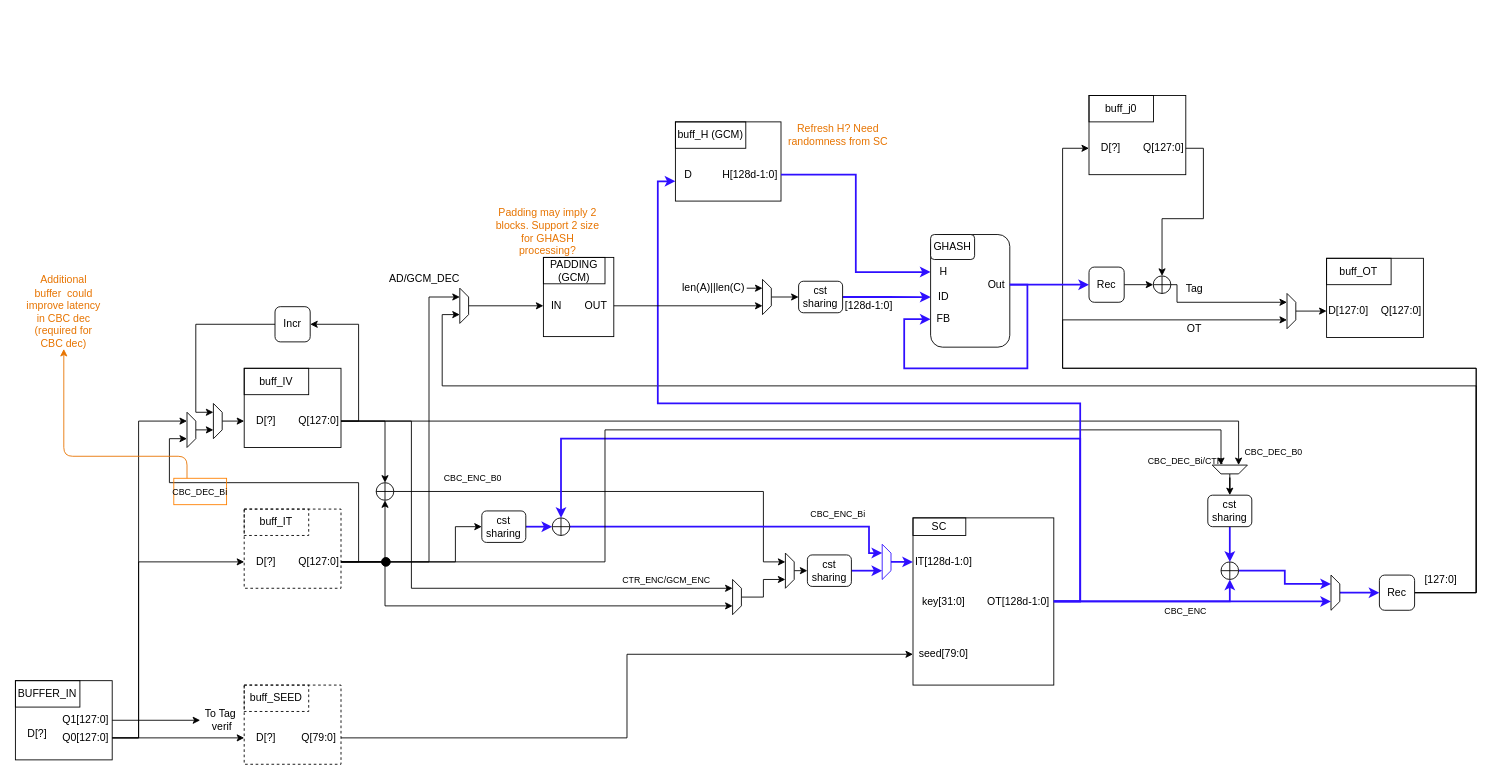
Before: page "Page-2" (2 of 2) of dev/smaesh-mode-arch.drawio in simple-crypto/SMAesH, a draw.io diagram. Source tidied: cells renumbered, new cells numbered last; positions are measured from the earlier drawing's top-left corner, leaving out a move shared by most shapes. Both pictures are drawn from the tidied source at 88%, with x=0, y=0 at pixel (15, 95).
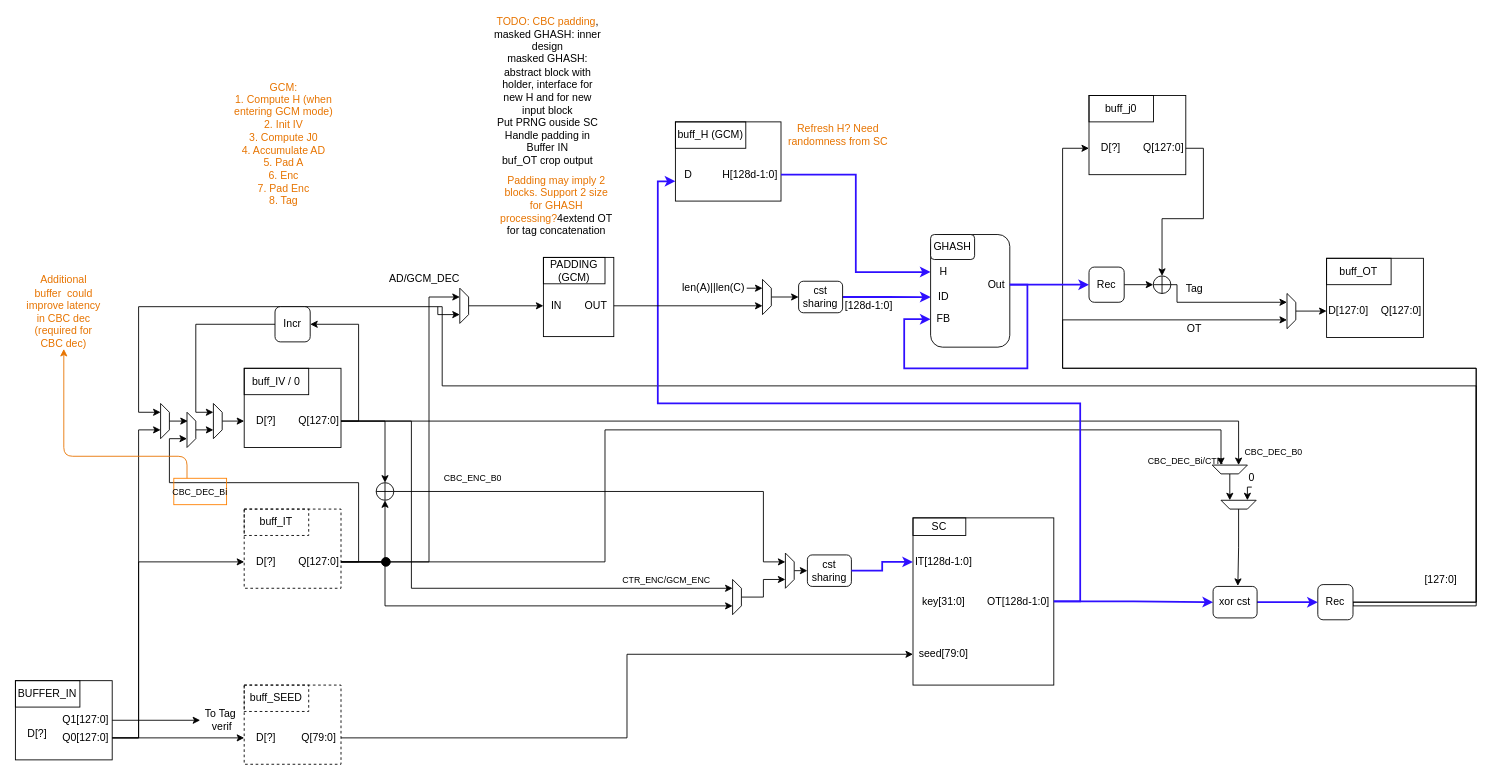
After the change.

Unchanged cells that the change refers to:
```xml
<mxCell id="6" value="IT[128d-1:0]" style="text;html=1;align=center;verticalAlign=middle;whiteSpace=wrap;rounded=0;" parent="2" vertex="1">
  <mxGeometry y="35" width="70" height="30" as="geometry" />
</mxCell>
<mxCell id="7" value="OT[128d-1:0]" style="text;html=1;align=center;verticalAlign=middle;whiteSpace=wrap;rounded=0;" parent="2" vertex="1">
  <mxGeometry x="80" y="80" width="80" height="30" as="geometry" />
</mxCell>
<mxCell id="9" style="group;" parent="1" vertex="1">
  <mxGeometry x="260" y="310" width="110" height="90" as="geometry" />
</mxCell>
<mxCell id="22" value="Q[127:0]" style="text;html=1;align=center;verticalAlign=middle;whiteSpace=wrap;rounded=0;" parent="19" vertex="1">
  <mxGeometry x="60" y="45" width="50" height="30" as="geometry" />
</mxCell>
<mxCell id="46" style="shape=trapezoid;perimeter=trapezoidPerimeter;whiteSpace=wrap;html=1;fixedSize=1;rotation=-180;size=10;" parent="1" vertex="1">
  <mxGeometry x="1360" y="420" width="40" height="10" as="geometry" />
</mxCell>
<mxCell id="88" style="shape=trapezoid;perimeter=trapezoidPerimeter;whiteSpace=wrap;html=1;fixedSize=1;rotation=90;size=10;" parent="1" vertex="1">
  <mxGeometry x="490" y="234" width="40" height="10" as="geometry" />
</mxCell>
<mxCell id="102" value="D[?]" style="text;html=1;align=center;verticalAlign=middle;whiteSpace=wrap;rounded=0;" parent="98" vertex="1">
  <mxGeometry y="45" width="50" height="30" as="geometry" />
</mxCell>
<mxCell id="104" style="shape=trapezoid;perimeter=trapezoidPerimeter;whiteSpace=wrap;html=1;fixedSize=1;rotation=90;size=10;" parent="1" vertex="1">
  <mxGeometry x="1430" y="240" width="40" height="10" as="geometry" />
</mxCell>
<mxCell id="116" value="Q0[127:0]" style="text;html=1;align=center;verticalAlign=middle;whiteSpace=wrap;rounded=0;" parent="111" vertex="1">
  <mxGeometry x="50" y="50" width="60" height="30" as="geometry" />
</mxCell>
<mxCell id="128" value="&lt;div&gt;cst&lt;/div&gt;&lt;div&gt;sharing&lt;/div&gt;" style="rounded=1;whiteSpace=wrap;html=1;" parent="1" vertex="1">
  <mxGeometry x="900" y="522.1" width="50" height="35.8" as="geometry" />
</mxCell>
<mxCell id="140" style="shape=trapezoid;perimeter=trapezoidPerimeter;whiteSpace=wrap;html=1;fixedSize=1;rotation=90;size=10;" parent="1" vertex="1">
  <mxGeometry x="180" y="375" width="40" height="10" as="geometry" />
</mxCell>
```

Change to the diagram source:
```diff
@@
-    <mxCell id="11" value="buff_IV" style="text;html=1;align=center;verticalAlign=middle;whiteSpace=wrap;rounded=0;strokeColor=default;" parent="9" vertex="1">
+    <mxCell id="11" value="&lt;div&gt;buff_IV / 0&lt;/div&gt;" style="text;html=1;align=center;verticalAlign=middle;whiteSpace=wrap;rounded=0;strokeColor=default;" parent="9" vertex="1">
       <mxGeometry width="73.3" height="30" as="geometry" />
     </mxCell>
@@
     <mxCell id="29" style="edgeStyle=orthogonalEdgeStyle;rounded=0;jettySize=auto;html=1;exitX=1;exitY=0.5;exitDx=0;exitDy=0;entryX=0;entryY=0.5;entryDx=0;entryDy=0;" parent="1" edge="1" source="32" target="102">
       <mxGeometry relative="1" as="geometry">
         <Array as="points">
-          <mxPoint x="1660" y="565" />
+          <mxPoint x="1520" y="580" />
+          <mxPoint x="1660" y="580" />
           <mxPoint x="1660" y="310" />
           <mxPoint x="1190" y="310" />
           <mxPoint x="1190" y="60" />
         </Array>
       </mxGeometry>
     </mxCell>
     <mxCell id="30" style="edgeStyle=orthogonalEdgeStyle;rounded=0;jettySize=auto;html=1;exitX=1;exitY=0.5;exitDx=0;exitDy=0;entryX=0.75;entryY=1;entryDx=0;entryDy=0;" parent="1" edge="1" source="32" target="104">
       <mxGeometry relative="1" as="geometry">
         <Array as="points">
-          <mxPoint x="1660" y="565" />
+          <mxPoint x="1660" y="576" />
           <mxPoint x="1660" y="310" />
           <mxPoint x="1190" y="310" />
           <mxPoint x="1190" y="255" />
         </Array>
       </mxGeometry>
     </mxCell>
-    <mxCell id="31" style="edgeStyle=orthogonalEdgeStyle;rounded=0;jettySize=auto;html=1;exitX=1;exitY=0.5;exitDx=0;exitDy=0;entryX=0.75;entryY=1;entryDx=0;entryDy=0;" parent="1" edge="1" source="32" target="88">
+    <mxCell id="31" style="edgeStyle=orthogonalEdgeStyle;rounded=0;jettySize=auto;html=1;exitX=1;exitY=0.5;exitDx=0;exitDy=0;entryX=0.25;entryY=1;entryDx=0;entryDy=0;" parent="1" edge="1" source="32" target="146">
       <mxGeometry relative="1" as="geometry">
         <Array as="points">
-          <mxPoint x="1660" y="565" />
+          <mxPoint x="1660" y="576" />
           <mxPoint x="1660" y="330" />
           <mxPoint x="485" y="330" />
-          <mxPoint x="485" y="249" />
+          <mxPoint x="485" y="240" />
+          <mxPoint x="140" y="240" />
+          <mxPoint x="140" y="360" />
         </Array>
       </mxGeometry>
     </mxCell>
     <mxCell id="32" value="Rec" style="rounded=1;whiteSpace=wrap;html=1;" parent="1" vertex="1">
-      <mxGeometry x="1550" y="545" width="40" height="40" as="geometry" />
+      <mxGeometry x="1480" y="555.8" width="40" height="40" as="geometry" />
     </mxCell>
@@
-    <mxCell id="38" style="edgeStyle=orthogonalEdgeStyle;rounded=0;jettySize=auto;html=1;exitX=1;exitY=0.5;exitDx=0;exitDy=0;entryX=0.25;entryY=1;entryDx=0;entryDy=0;strokeColor=#2F0FFF;strokeWidth=2;" parent="1" edge="1" source="39" target="136">
-      <mxGeometry relative="1" as="geometry">
-        <Array as="points">
-          <mxPoint x="970" y="490" />
-          <mxPoint x="970" y="520" />
-        </Array>
-      </mxGeometry>
-    </mxCell>
-    <mxCell id="39" style="shape=orEllipse;perimeter=ellipsePerimeter;whiteSpace=wrap;html=1;backgroundOutline=1;" parent="1" vertex="1">
-      <mxGeometry x="610" y="480" width="20" height="20" as="geometry" />
-    </mxCell>
-    <mxCell id="40" style="edgeStyle=orthogonalEdgeStyle;rounded=0;jettySize=auto;html=1;exitX=1;exitY=0.5;exitDx=0;exitDy=0;entryX=0.5;entryY=0;entryDx=0;entryDy=0;strokeColor=#2F0FFF;strokeWidth=2;" parent="1" edge="1" source="7" target="39">
-      <mxGeometry relative="1" as="geometry">
-        <Array as="points">
-          <mxPoint x="1210" y="575" />
-          <mxPoint x="1210" y="390" />
-          <mxPoint x="620" y="390" />
-        </Array>
-      </mxGeometry>
-    </mxCell>
-    <mxCell id="41" value="&lt;font style=&quot;font-size: 10px;&quot;&gt;CBC_ENC_Bi&lt;/font&gt;" style="text;html=1;align=center;verticalAlign=middle;whiteSpace=wrap;rounded=0;" parent="1" vertex="1">
-      <mxGeometry x="885" y="460" width="100" height="30" as="geometry" />
-    </mxCell>
-    <mxCell id="42" style="edgeStyle=orthogonalEdgeStyle;rounded=0;jettySize=auto;html=1;exitX=1;exitY=0.5;exitDx=0;exitDy=0;entryX=0.25;entryY=1;entryDx=0;entryDy=0;strokeColor=#2F0FFF;strokeWidth=2;" parent="1" edge="1" source="43" target="65">
-      <mxGeometry relative="1" as="geometry" />
-    </mxCell>
-    <mxCell id="43" style="shape=orEllipse;perimeter=ellipsePerimeter;whiteSpace=wrap;html=1;backgroundOutline=1;" parent="1" vertex="1">
-      <mxGeometry x="1370" y="530" width="20" height="20" as="geometry" />
-    </mxCell>
-    <mxCell id="44" style="edgeStyle=orthogonalEdgeStyle;rounded=0;jettySize=auto;html=1;exitX=1;exitY=0.5;exitDx=0;exitDy=0;entryX=0.5;entryY=1;entryDx=0;entryDy=0;strokeColor=#2F0FFF;strokeWidth=2;" parent="1" edge="1" source="7" target="43">
-      <mxGeometry relative="1" as="geometry" />
-    </mxCell>
-    <mxCell id="45" style="edgeStyle=orthogonalEdgeStyle;rounded=0;jettySize=auto;html=1;exitX=0.5;exitY=0;exitDx=0;exitDy=0;" parent="1" edge="1" source="46" target="138">
+    <mxCell id="45" style="edgeStyle=orthogonalEdgeStyle;rounded=0;jettySize=auto;html=1;exitX=0.5;exitY=0;exitDx=0;exitDy=0;entryX=0.75;entryY=1;entryDx=0;entryDy=0;" parent="1" edge="1" source="46" target="65">
       <mxGeometry relative="1" as="geometry" />
     </mxCell>
@@
-    <mxCell id="64" style="edgeStyle=orthogonalEdgeStyle;rounded=0;jettySize=auto;html=1;exitX=0.5;exitY=0;exitDx=0;exitDy=0;entryX=0;entryY=0.5;entryDx=0;entryDy=0;strokeColor=#2F0FFF;strokeWidth=2;" parent="1" edge="1" source="65" target="32">
+    <mxCell id="64" style="edgeStyle=orthogonalEdgeStyle;rounded=0;jettySize=auto;html=1;exitX=1;exitY=0.5;exitDx=0;exitDy=0;entryX=0;entryY=0.5;entryDx=0;entryDy=0;strokeColor=#2F0FFF;strokeWidth=2;" parent="1" edge="1" source="148" target="32">
       <mxGeometry relative="1" as="geometry" />
     </mxCell>
-    <mxCell id="65" style="shape=trapezoid;perimeter=trapezoidPerimeter;whiteSpace=wrap;html=1;fixedSize=1;rotation=90;size=10;" parent="1" vertex="1">
-      <mxGeometry x="1480" y="560" width="40" height="10" as="geometry" />
+    <mxCell id="65" style="shape=trapezoid;perimeter=trapezoidPerimeter;whiteSpace=wrap;html=1;fixedSize=1;rotation=-180;size=10;" parent="1" vertex="1">
+      <mxGeometry x="1370" y="460" width="40" height="10" as="geometry" />
     </mxCell>
-    <mxCell id="66" style="edgeStyle=orthogonalEdgeStyle;rounded=0;jettySize=auto;html=1;exitX=1;exitY=0.5;exitDx=0;exitDy=0;entryX=0.75;entryY=1;entryDx=0;entryDy=0;strokeColor=#2F0FFF;strokeWidth=2;" parent="1" edge="1" source="7" target="65">
+    <mxCell id="66" style="edgeStyle=orthogonalEdgeStyle;rounded=0;jettySize=auto;html=1;exitX=1;exitY=0.5;exitDx=0;exitDy=0;entryX=0;entryY=0.5;entryDx=0;entryDy=0;strokeColor=#2F0FFF;strokeWidth=2;" parent="1" edge="1" source="7" target="148">
       <mxGeometry relative="1" as="geometry" />
     </mxCell>
-    <mxCell id="67" value="&lt;font style=&quot;font-size: 10px;&quot;&gt;CBC_ENC&lt;/font&gt;" style="text;html=1;align=center;verticalAlign=middle;whiteSpace=wrap;rounded=0;" parent="1" vertex="1">
-      <mxGeometry x="1300" y="571" width="60" height="30" as="geometry" />
-    </mxCell>
@@
+    <mxCell id="145" style="edgeStyle=orthogonalEdgeStyle;rounded=0;jettySize=auto;html=1;exitX=0.75;exitY=1;exitDx=0;exitDy=0;endArrow=none;endFill=0;startArrow=classic;startFill=1;" parent="1" edge="1" source="88">
+      <mxGeometry relative="1" as="geometry">
+        <mxPoint x="480" y="240" as="targetPoint" />
+        <Array as="points">
+          <mxPoint x="480" y="249" />
+        </Array>
+      </mxGeometry>
+    </mxCell>
@@
-    <mxCell id="121" style="edgeStyle=orthogonalEdgeStyle;rounded=0;jettySize=auto;html=1;exitX=1;exitY=0.5;exitDx=0;exitDy=0;entryX=0.25;entryY=1;entryDx=0;entryDy=0;" parent="1" edge="1" source="116" target="140">
+    <mxCell id="121" style="edgeStyle=orthogonalEdgeStyle;rounded=0;jettySize=auto;html=1;exitX=1;exitY=0.5;exitDx=0;exitDy=0;entryX=0.75;entryY=1;entryDx=0;entryDy=0;" parent="1" edge="1" source="116" target="146">
       <mxGeometry relative="1" as="geometry">
         <Array as="points">
           <mxPoint x="140" y="730" />
-          <mxPoint x="140" y="370" />
+          <mxPoint x="140" y="380" />
         </Array>
       </mxGeometry>
     </mxCell>
-    <mxCell id="122" value="&lt;span style=&quot;color: rgb(231, 116, 0);&quot;&gt;Padding may imply 2 blocks. Support 2 size for GHASH processing?&lt;/span&gt;" style="text;html=1;align=center;verticalAlign=middle;whiteSpace=wrap;rounded=0;" parent="1" vertex="1">
-      <mxGeometry x="540" y="140" width="130" height="30" as="geometry" />
+    <mxCell id="122" value="&lt;span style=&quot;color: rgb(231, 116, 0);&quot;&gt;Padding may imply 2 blocks. Support 2 size for GHASH processing?&lt;/span&gt;4extend OT for tag concatenation" style="text;html=1;align=center;verticalAlign=middle;whiteSpace=wrap;rounded=0;" parent="1" vertex="1">
+      <mxGeometry x="550" y="110" width="130" height="30" as="geometry" />
     </mxCell>
@@
-    <mxCell id="127" style="edgeStyle=orthogonalEdgeStyle;rounded=0;jettySize=auto;html=1;exitX=1;exitY=0.5;exitDx=0;exitDy=0;entryX=0.75;entryY=1;entryDx=0;entryDy=0;strokeColor=#2F0FFF;strokeWidth=2;" parent="1" edge="1" source="128" target="136">
-      <mxGeometry relative="1" as="geometry" />
-    </mxCell>
@@
-    <mxCell id="132" style="edgeStyle=orthogonalEdgeStyle;rounded=0;jettySize=auto;html=1;exitX=1;exitY=0.5;exitDx=0;exitDy=0;entryX=0;entryY=0.5;entryDx=0;entryDy=0;strokeColor=#2F0FFF;strokeWidth=2;" parent="1" edge="1" source="133" target="39">
-      <mxGeometry relative="1" as="geometry" />
-    </mxCell>
-    <mxCell id="133" value="&lt;div&gt;cst&lt;/div&gt;&lt;div&gt;sharing&lt;/div&gt;" style="rounded=1;whiteSpace=wrap;html=1;" parent="1" vertex="1">
-      <mxGeometry x="530" y="472.1" width="50" height="35.8" as="geometry" />
-    </mxCell>
-    <mxCell id="134" style="edgeStyle=orthogonalEdgeStyle;rounded=0;jettySize=auto;html=1;exitX=1;exitY=0.5;exitDx=0;exitDy=0;entryX=0;entryY=0.5;entryDx=0;entryDy=0;" parent="1" edge="1" source="22" target="133">
-      <mxGeometry relative="1" as="geometry">
-        <Array as="points">
-          <mxPoint x="500" y="530" />
-          <mxPoint x="500" y="490" />
-        </Array>
-      </mxGeometry>
-    </mxCell>
-    <mxCell id="135" style="edgeStyle=orthogonalEdgeStyle;rounded=0;jettySize=auto;html=1;exitX=0.5;exitY=0;exitDx=0;exitDy=0;entryX=0;entryY=0.5;entryDx=0;entryDy=0;strokeWidth=2;strokeColor=#2F0FFF;" parent="1" edge="1" source="136" target="6">
+    <mxCell id="135" style="edgeStyle=orthogonalEdgeStyle;rounded=0;jettySize=auto;html=1;exitX=1;exitY=0.5;exitDx=0;exitDy=0;entryX=0;entryY=0.5;entryDx=0;entryDy=0;strokeWidth=2;strokeColor=#2F0FFF;" parent="1" edge="1" source="128" target="6">
       <mxGeometry relative="1" as="geometry" />
     </mxCell>
-    <mxCell id="136" style="shape=trapezoid;perimeter=trapezoidPerimeter;whiteSpace=wrap;html=1;fixedSize=1;rotation=90;size=10;strokeColor=#2F0FFF;" parent="1" vertex="1">
-      <mxGeometry x="970" y="525" width="40" height="10" as="geometry" />
-    </mxCell>
-    <mxCell id="137" style="edgeStyle=orthogonalEdgeStyle;rounded=0;jettySize=auto;html=1;exitX=0.5;exitY=1;exitDx=0;exitDy=0;entryX=0.5;entryY=0;entryDx=0;entryDy=0;strokeColor=#2F0FFF;strokeWidth=2;" parent="1" edge="1" source="138" target="43">
-      <mxGeometry relative="1" as="geometry" />
-    </mxCell>
-    <mxCell id="138" value="&lt;div&gt;cst&lt;/div&gt;&lt;div&gt;sharing&lt;/div&gt;" style="rounded=1;whiteSpace=wrap;html=1;" parent="1" vertex="1">
-      <mxGeometry x="1355" y="454.2" width="50" height="35.8" as="geometry" />
-    </mxCell>
@@
+    <mxCell id="146" style="shape=trapezoid;perimeter=trapezoidPerimeter;whiteSpace=wrap;html=1;fixedSize=1;rotation=90;size=10;" parent="1" vertex="1">
+      <mxGeometry x="150" y="365" width="40" height="10" as="geometry" />
+    </mxCell>
+    <mxCell id="147" style="edgeStyle=orthogonalEdgeStyle;rounded=0;jettySize=auto;html=1;exitX=0.5;exitY=0;exitDx=0;exitDy=0;entryX=0.254;entryY=0.914;entryDx=0;entryDy=0;entryPerimeter=0;" parent="1" edge="1" source="146" target="140">
+      <mxGeometry relative="1" as="geometry" />
+    </mxCell>
+    <mxCell id="148" value="xor cst" style="rounded=1;whiteSpace=wrap;html=1;" parent="1" vertex="1">
+      <mxGeometry x="1361" y="557.9" width="50" height="35.8" as="geometry" />
+    </mxCell>
+    <mxCell id="149" value="0" style="text;html=1;align=center;verticalAlign=middle;whiteSpace=wrap;rounded=0;" parent="1" vertex="1">
+      <mxGeometry x="1400" y="425" width="10" height="20" as="geometry" />
+    </mxCell>
+    <mxCell id="150" style="edgeStyle=orthogonalEdgeStyle;rounded=0;jettySize=auto;html=1;exitX=0.5;exitY=1;exitDx=0;exitDy=0;entryX=0.25;entryY=1;entryDx=0;entryDy=0;" parent="1" edge="1" source="149" target="65">
+      <mxGeometry relative="1" as="geometry" />
+    </mxCell>
+    <mxCell id="151" style="edgeStyle=orthogonalEdgeStyle;rounded=0;jettySize=auto;html=1;exitX=0.5;exitY=0;exitDx=0;exitDy=0;entryX=0.563;entryY=-0.017;entryDx=0;entryDy=0;entryPerimeter=0;" parent="1" edge="1" source="65" target="148">
+      <mxGeometry relative="1" as="geometry" />
+    </mxCell>
+    <mxCell id="152" value="&lt;span style=&quot;color: rgb(231, 116, 0);&quot;&gt;GCM:&lt;br&gt;&lt;/span&gt;&lt;div&gt;&lt;span style=&quot;color: rgb(231, 116, 0);&quot;&gt;1. Compute H (when entering GCM mode)&lt;/span&gt;&lt;/div&gt;&lt;div&gt;&lt;span style=&quot;color: rgb(231, 116, 0);&quot;&gt;2. Init IV&lt;br&gt;3. Compute J0&lt;br&gt;4. Accumulate AD&lt;br&gt;5. Pad A&lt;br&gt;6. Enc&lt;br&gt;7. Pad Enc&lt;br&gt;8. Tag&lt;/span&gt;&lt;/div&gt;" style="text;html=1;align=center;verticalAlign=middle;whiteSpace=wrap;rounded=0;" parent="1" vertex="1">
+      <mxGeometry x="240" y="40" width="130" height="30" as="geometry" />
+    </mxCell>
+    <mxCell id="153" value="&lt;span style=&quot;color: rgb(231, 116, 0);&quot;&gt;TODO: CBC padding&lt;/span&gt;, masked GHASH: inner design&lt;br&gt;&lt;div&gt;masked GHASH: abstract block with holder, interface for new H and for new input block&lt;/div&gt;&lt;div&gt;Put PRNG ouside SC&lt;/div&gt;&lt;div&gt;Handle padding in Buffer IN&lt;/div&gt;&lt;div&gt;buf_OT crop output&lt;/div&gt;" style="text;html=1;align=center;verticalAlign=middle;whiteSpace=wrap;rounded=0;" parent="1" vertex="1">
+      <mxGeometry x="540" y="-20" width="130" height="30" as="geometry" />
+    </mxCell>
```
